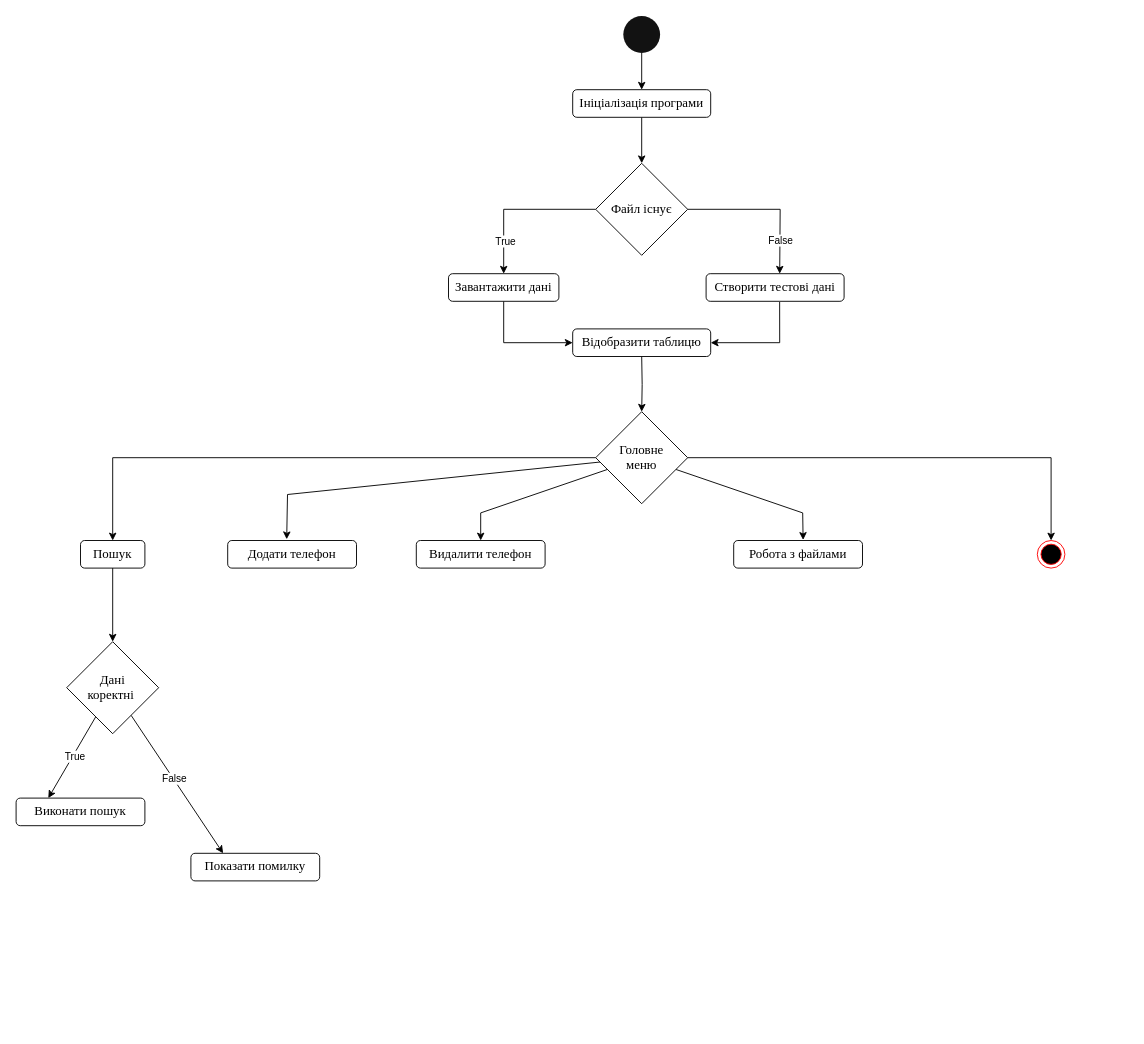
Before: page "activity-diagram" (2 of 2) of usage-chart.drawio in HikiIN/mobile-inventory, a draw.io diagram. Source tidied: cells renumbered, new cells numbered last; positions are measured from the earlier drawing's top-left corner, leaving out a move shared by most shapes. Both pictures are drawn from the tidied source at 92%, with x=0, y=0 at pixel (16, 16).
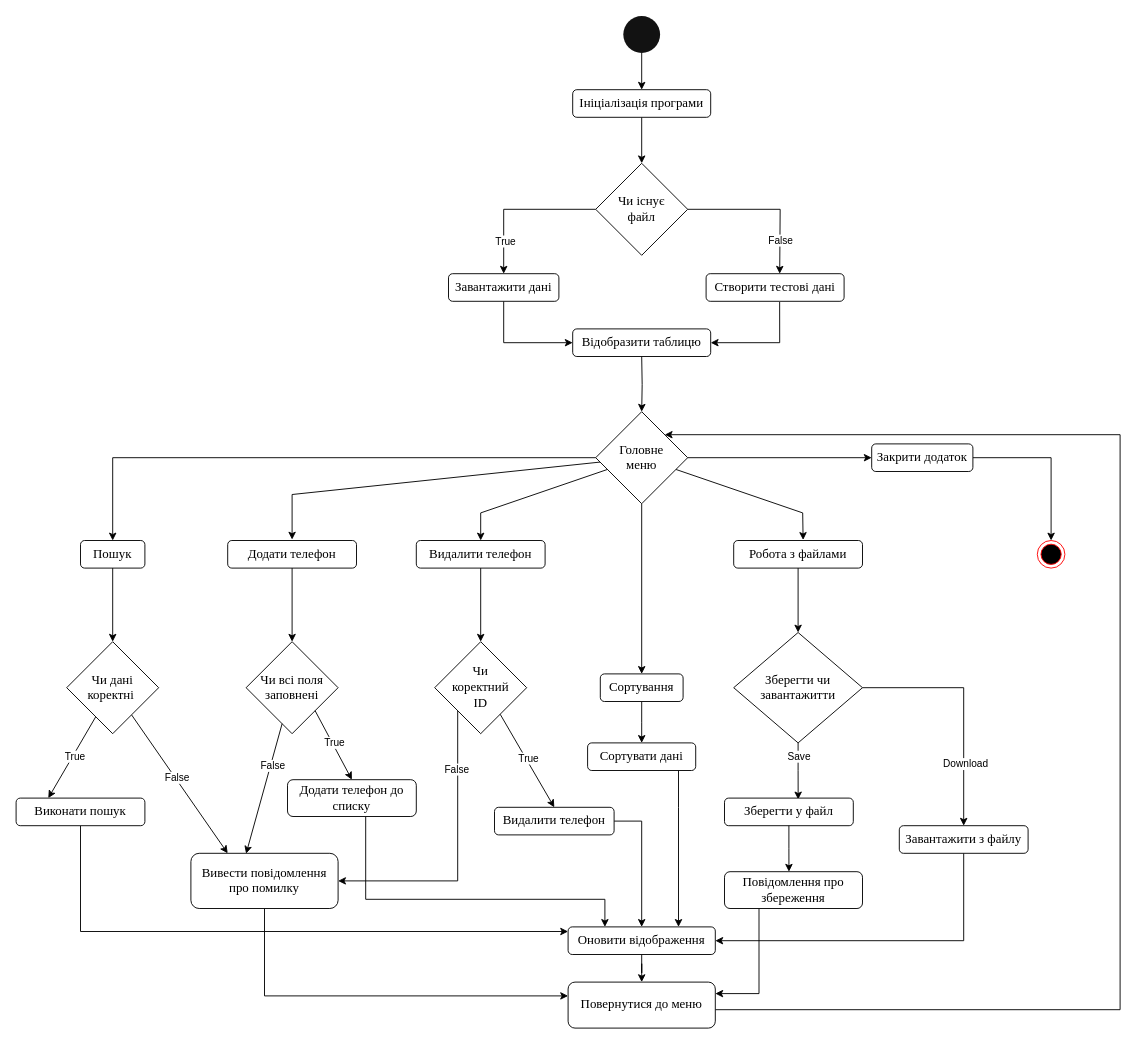
Above is the later version.

The change refers to these unchanged cells:
```xml
<mxCell id="17" value="&lt;font face=&quot;Times New Roman&quot; style=&quot;font-size: 14px;&quot;&gt;Головне&lt;/font&gt;&lt;div&gt;&lt;font face=&quot;Times New Roman&quot; style=&quot;font-size: 14px;&quot;&gt;меню&lt;/font&gt;&lt;/div&gt;" style="rhombus;whiteSpace=wrap;html=1;" parent="1" vertex="1">
  <mxGeometry x="630" y="430" width="100" height="100" as="geometry" />
</mxCell>
<mxCell id="18" style="ellipse;html=1;shape=endState;fillColor=#000000;strokeColor=light-dark(#FF0000,#FFF7F7);" parent="1" vertex="1">
  <mxGeometry x="1110" y="570" width="30" height="30" as="geometry" />
</mxCell>
<mxCell id="29" value="&lt;span style=&quot;font-family: &amp;quot;Times New Roman&amp;quot;; font-size: 14px;&quot;&gt;Видалити телефон&lt;/span&gt;" style="rounded=1;whiteSpace=wrap;html=1;" parent="1" vertex="1">
  <mxGeometry x="435" y="570" width="140" height="30" as="geometry" />
</mxCell>
<mxCell id="30" value="&lt;span style=&quot;font-family: &amp;quot;Times New Roman&amp;quot;; font-size: 14px;&quot;&gt;Робота з файлами&lt;/span&gt;" style="rounded=1;whiteSpace=wrap;html=1;" parent="1" vertex="1">
  <mxGeometry x="780" y="570" width="140" height="30" as="geometry" />
</mxCell>
<mxCell id="31" value="&lt;span style=&quot;font-family: &amp;quot;Times New Roman&amp;quot;; font-size: 14px;&quot;&gt;Додати телефон&lt;/span&gt;" style="rounded=1;whiteSpace=wrap;html=1;" parent="1" vertex="1">
  <mxGeometry x="230" y="570" width="140" height="30" as="geometry" />
</mxCell>
<mxCell id="34" value="&lt;span style=&quot;font-family: &amp;quot;Times New Roman&amp;quot;; font-size: 14px;&quot;&gt;Виконати пошук&lt;/span&gt;" style="rounded=1;whiteSpace=wrap;html=1;" parent="1" vertex="1">
  <mxGeometry y="850" width="140" height="30" as="geometry" />
</mxCell>
```

Diff of the diagram source:
```diff
@@
-    <mxCell id="8" value="&lt;font face=&quot;Times New Roman&quot; style=&quot;font-size: 14px;&quot;&gt;Файл існує&lt;/font&gt;" style="rhombus;whiteSpace=wrap;html=1;" parent="1" vertex="1">
+    <mxCell id="8" value="&lt;font face=&quot;Times New Roman&quot; style=&quot;font-size: 14px;&quot;&gt;Чи&amp;nbsp;&lt;/font&gt;&lt;span style=&quot;font-family: &amp;quot;Times New Roman&amp;quot;; font-size: 14px;&quot;&gt;існує&lt;/span&gt;&lt;div&gt;&lt;font face=&quot;Times New Roman&quot; style=&quot;font-size: 14px;&quot;&gt;файл&lt;/font&gt;&lt;/div&gt;" style="rhombus;whiteSpace=wrap;html=1;" parent="1" vertex="1">
       <mxGeometry x="630" y="160" width="100" height="100" as="geometry" />
     </mxCell>
@@
-    <mxCell id="13" style="rounded=0;jettySize=auto;html=1;entryX=0.458;entryY=-0.044;entryDx=0;entryDy=0;entryPerimeter=0;" parent="1" edge="1" source="17" target="31">
+    <mxCell id="13" style="rounded=0;jettySize=auto;html=1;" parent="1" edge="1" source="17">
       <mxGeometry relative="1" as="geometry">
+        <mxPoint x="300" y="569" as="targetPoint" />
         <Array as="points">
-          <mxPoint x="295" y="520" />
+          <mxPoint x="300" y="520" />
         </Array>
       </mxGeometry>
     </mxCell>
@@
-    <mxCell id="16" style="edgeStyle=orthogonalEdgeStyle;rounded=0;jettySize=auto;html=1;entryX=0.5;entryY=0;entryDx=0;entryDy=0;" parent="1" edge="1" source="17" target="18">
-      <mxGeometry relative="1" as="geometry" />
-    </mxCell>
+    <mxCell id="36" style="edgeStyle=orthogonalEdgeStyle;rounded=0;jettySize=auto;html=1;entryX=0;entryY=0.5;entryDx=0;entryDy=0;" parent="1" edge="1" source="17" target="44">
+      <mxGeometry relative="1" as="geometry" />
+    </mxCell>
+    <mxCell id="37" style="edgeStyle=orthogonalEdgeStyle;rounded=0;jettySize=auto;html=1;entryX=0.5;entryY=0;entryDx=0;entryDy=0;" parent="1" edge="1" source="17" target="64">
+      <mxGeometry relative="1" as="geometry" />
+    </mxCell>
@@
-    <mxCell id="23" value="&lt;font face=&quot;Times New Roman&quot;&gt;&lt;span style=&quot;font-size: 14px;&quot;&gt;Дані&lt;/span&gt;&lt;/font&gt;&lt;div&gt;&lt;font face=&quot;Times New Roman&quot;&gt;&lt;span style=&quot;font-size: 14px;&quot;&gt;коректні&amp;nbsp;&lt;/span&gt;&lt;/font&gt;&lt;/div&gt;" style="rhombus;whiteSpace=wrap;html=1;" parent="1" vertex="1">
+    <mxCell id="23" value="&lt;font face=&quot;Times New Roman&quot;&gt;&lt;span style=&quot;font-size: 14px;&quot;&gt;Чи дані&lt;/span&gt;&lt;/font&gt;&lt;div&gt;&lt;font face=&quot;Times New Roman&quot;&gt;&lt;span style=&quot;font-size: 14px;&quot;&gt;коректні&amp;nbsp;&lt;/span&gt;&lt;/font&gt;&lt;/div&gt;" style="rhombus;whiteSpace=wrap;html=1;" parent="1" vertex="1">
       <mxGeometry x="55" y="680" width="100" height="100" as="geometry" />
     </mxCell>
@@
+    <mxCell id="38" style="edgeStyle=orthogonalEdgeStyle;rounded=0;jettySize=auto;html=1;entryX=0.5;entryY=0;entryDx=0;entryDy=0;" parent="1" edge="1" source="29" target="54">
+      <mxGeometry relative="1" as="geometry" />
+    </mxCell>
@@
+    <mxCell id="39" style="edgeStyle=orthogonalEdgeStyle;rounded=0;jettySize=auto;html=1;entryX=0.5;entryY=0;entryDx=0;entryDy=0;" parent="1" edge="1" source="30" target="71">
+      <mxGeometry relative="1" as="geometry" />
+    </mxCell>
@@
+    <mxCell id="40" style="edgeStyle=orthogonalEdgeStyle;rounded=0;jettySize=auto;html=1;entryX=0.5;entryY=0;entryDx=0;entryDy=0;" parent="1" edge="1" source="31" target="45">
+      <mxGeometry relative="1" as="geometry" />
+    </mxCell>
@@
+    <mxCell id="41" style="edgeStyle=orthogonalEdgeStyle;rounded=0;jettySize=auto;html=1;" parent="1" edge="1" source="34" target="60">
+      <mxGeometry relative="1" as="geometry">
+        <Array as="points">
+          <mxPoint x="70" y="995" />
+        </Array>
+      </mxGeometry>
+    </mxCell>
@@
+    <mxCell id="42" style="edgeStyle=orthogonalEdgeStyle;rounded=0;jettySize=auto;html=1;" parent="1" edge="1" source="35" target="62">
+      <mxGeometry relative="1" as="geometry">
+        <Array as="points">
+          <mxPoint x="270" y="1065" />
+        </Array>
+      </mxGeometry>
+    </mxCell>
-    <mxCell id="35" value="&lt;span style=&quot;font-family: &amp;quot;Times New Roman&amp;quot;; font-size: 14px;&quot;&gt;Показати помилку&lt;/span&gt;" style="rounded=1;whiteSpace=wrap;html=1;" parent="1" vertex="1">
-      <mxGeometry x="190" y="910" width="140" height="30" as="geometry" />
+    <mxCell id="35" value="&lt;span style=&quot;font-family: &amp;quot;Times New Roman&amp;quot;; font-size: 14px;&quot;&gt;Вивести повідомлення про помилку&lt;/span&gt;" style="rounded=1;whiteSpace=wrap;html=1;" parent="1" vertex="1">
+      <mxGeometry x="190" y="910" width="160" height="60" as="geometry" />
     </mxCell>
+    <mxCell id="43" style="edgeStyle=orthogonalEdgeStyle;rounded=0;jettySize=auto;html=1;entryX=0.5;entryY=0;entryDx=0;entryDy=0;" parent="1" edge="1" source="44" target="18">
+      <mxGeometry relative="1" as="geometry" />
+    </mxCell>
+    <mxCell id="44" value="&lt;span style=&quot;font-family: &amp;quot;Times New Roman&amp;quot;; font-size: 14px;&quot;&gt;Закрити додаток&lt;/span&gt;" style="rounded=1;whiteSpace=wrap;html=1;" parent="1" vertex="1">
+      <mxGeometry x="930" y="465" width="110" height="30" as="geometry" />
+    </mxCell>
+    <mxCell id="45" value="&lt;font face=&quot;Times New Roman&quot;&gt;&lt;span style=&quot;font-size: 14px;&quot;&gt;Чи всі поля заповнені&lt;/span&gt;&lt;/font&gt;" style="rhombus;whiteSpace=wrap;html=1;" parent="1" vertex="1">
+      <mxGeometry x="250" y="680" width="100" height="100" as="geometry" />
+    </mxCell>
+    <mxCell id="46" style="rounded=0;jettySize=auto;html=1;entryX=0.375;entryY=0.007;entryDx=0;entryDy=0;entryPerimeter=0;" parent="1" edge="1" source="45" target="35">
+      <mxGeometry relative="1" as="geometry" />
+    </mxCell>
+    <mxCell id="47" value="False" style="edgeLabel;html=1;align=center;verticalAlign=middle;" parent="46" vertex="1">
+      <mxGeometry x="-0.36" y="1" relative="1" as="geometry">
+        <mxPoint x="1" as="offset" />
+      </mxGeometry>
+    </mxCell>
+    <mxCell id="48" style="edgeStyle=orthogonalEdgeStyle;rounded=0;jettySize=auto;html=1;entryX=0.25;entryY=0;entryDx=0;entryDy=0;" parent="1" edge="1" source="49" target="60">
+      <mxGeometry relative="1" as="geometry">
+        <Array as="points">
+          <mxPoint x="380" y="960" />
+          <mxPoint x="640" y="960" />
+        </Array>
+      </mxGeometry>
+    </mxCell>
+    <mxCell id="49" value="&lt;span style=&quot;font-family: &amp;quot;Times New Roman&amp;quot;; font-size: 14px;&quot;&gt;Додати телефон до списку&lt;/span&gt;" style="rounded=1;whiteSpace=wrap;html=1;" parent="1" vertex="1">
+      <mxGeometry x="295" y="830" width="140" height="40" as="geometry" />
+    </mxCell>
+    <mxCell id="50" style="rounded=0;jettySize=auto;html=1;entryX=0.5;entryY=0;entryDx=0;entryDy=0;exitX=1;exitY=1;exitDx=0;exitDy=0;" parent="1" edge="1" source="45" target="49">
+      <mxGeometry relative="1" as="geometry" />
+    </mxCell>
+    <mxCell id="51" value="True" style="edgeLabel;html=1;align=center;verticalAlign=middle;" parent="50" vertex="1">
+      <mxGeometry x="-0.05" y="2" relative="1" as="geometry" />
+    </mxCell>
+    <mxCell id="52" style="edgeStyle=orthogonalEdgeStyle;rounded=0;jettySize=auto;html=1;entryX=1;entryY=0.5;entryDx=0;entryDy=0;" parent="1" edge="1" source="54" target="35">
+      <mxGeometry relative="1" as="geometry">
+        <Array as="points">
+          <mxPoint x="480" y="940" />
+        </Array>
+      </mxGeometry>
+    </mxCell>
+    <mxCell id="53" value="False" style="edgeLabel;html=1;align=center;verticalAlign=middle;" parent="52" vertex="1">
+      <mxGeometry x="-0.6" y="-2" relative="1" as="geometry" />
+    </mxCell>
+    <mxCell id="54" value="&lt;font face=&quot;Times New Roman&quot;&gt;&lt;span style=&quot;font-size: 14px;&quot;&gt;Чи&lt;/span&gt;&lt;/font&gt;&lt;div&gt;&lt;font face=&quot;Times New Roman&quot;&gt;&lt;span style=&quot;font-size: 14px;&quot;&gt;коректний&lt;/span&gt;&lt;/font&gt;&lt;div&gt;&lt;font face=&quot;Times New Roman&quot;&gt;&lt;span style=&quot;font-size: 14px;&quot;&gt;ID&lt;/span&gt;&lt;/font&gt;&lt;/div&gt;&lt;/div&gt;" style="rhombus;whiteSpace=wrap;html=1;" parent="1" vertex="1">
+      <mxGeometry x="455" y="680" width="100" height="100" as="geometry" />
+    </mxCell>
+    <mxCell id="55" style="rounded=0;jettySize=auto;html=1;exitX=1;exitY=0.5;exitDx=0;exitDy=0;edgeStyle=orthogonalEdgeStyle;" parent="1" edge="1" source="56" target="60">
+      <mxGeometry relative="1" as="geometry" />
+    </mxCell>
+    <mxCell id="56" value="&lt;span style=&quot;font-family: &amp;quot;Times New Roman&amp;quot;; font-size: 14px;&quot;&gt;Видалити телефон&lt;/span&gt;" style="rounded=1;whiteSpace=wrap;html=1;" parent="1" vertex="1">
+      <mxGeometry x="520" y="860" width="130" height="30" as="geometry" />
+    </mxCell>
+    <mxCell id="57" style="rounded=0;jettySize=auto;html=1;entryX=0.5;entryY=0;entryDx=0;entryDy=0;exitX=0.712;exitY=0.789;exitDx=0;exitDy=0;exitPerimeter=0;" parent="1" edge="1" source="54" target="56">
+      <mxGeometry relative="1" as="geometry" />
+    </mxCell>
+    <mxCell id="58" value="True" style="edgeLabel;html=1;align=center;verticalAlign=middle;" parent="57" vertex="1">
+      <mxGeometry x="-0.05" y="2" relative="1" as="geometry" />
+    </mxCell>
+    <mxCell id="59" style="edgeStyle=orthogonalEdgeStyle;rounded=0;jettySize=auto;html=1;entryX=0.5;entryY=0;entryDx=0;entryDy=0;" parent="1" edge="1" source="60" target="62">
+      <mxGeometry relative="1" as="geometry" />
+    </mxCell>
+    <mxCell id="60" value="&lt;span style=&quot;font-family: &amp;quot;Times New Roman&amp;quot;; font-size: 14px;&quot;&gt;Оновити відображення&lt;/span&gt;" style="rounded=1;whiteSpace=wrap;html=1;" parent="1" vertex="1">
+      <mxGeometry x="600" y="990" width="160" height="30" as="geometry" />
+    </mxCell>
+    <mxCell id="61" style="edgeStyle=orthogonalEdgeStyle;rounded=0;jettySize=auto;html=1;" parent="1" edge="1" source="62" target="17">
+      <mxGeometry relative="1" as="geometry">
+        <Array as="points">
+          <mxPoint x="1200" y="1080" />
+          <mxPoint x="1200" y="455" />
+        </Array>
+      </mxGeometry>
+    </mxCell>
+    <mxCell id="62" value="&lt;span style=&quot;font-family: &amp;quot;Times New Roman&amp;quot;; font-size: 14px;&quot;&gt;Повернутися до меню&lt;/span&gt;" style="rounded=1;whiteSpace=wrap;html=1;" parent="1" vertex="1">
+      <mxGeometry x="600" y="1050" width="160" height="50" as="geometry" />
+    </mxCell>
+    <mxCell id="63" style="edgeStyle=orthogonalEdgeStyle;rounded=0;jettySize=auto;html=1;" parent="1" edge="1" source="64" target="66">
+      <mxGeometry relative="1" as="geometry" />
+    </mxCell>
+    <mxCell id="64" value="&lt;span style=&quot;font-family: &amp;quot;Times New Roman&amp;quot;; font-size: 14px;&quot;&gt;Сортування&lt;/span&gt;" style="rounded=1;whiteSpace=wrap;html=1;" parent="1" vertex="1">
+      <mxGeometry x="635" y="715" width="90" height="30" as="geometry" />
+    </mxCell>
+    <mxCell id="65" style="edgeStyle=orthogonalEdgeStyle;rounded=0;jettySize=auto;html=1;entryX=0.75;entryY=0;entryDx=0;entryDy=0;" parent="1" edge="1" source="66" target="60">
+      <mxGeometry relative="1" as="geometry">
+        <Array as="points">
+          <mxPoint x="720" y="860" />
+          <mxPoint x="720" y="860" />
+        </Array>
+      </mxGeometry>
+    </mxCell>
+    <mxCell id="66" value="&lt;span style=&quot;font-family: &amp;quot;Times New Roman&amp;quot;; font-size: 14px;&quot;&gt;Сортувати дані&lt;/span&gt;" style="rounded=1;whiteSpace=wrap;html=1;" parent="1" vertex="1">
+      <mxGeometry x="621.2" y="790" width="117.5" height="30" as="geometry" />
+    </mxCell>
+    <mxCell id="67" style="edgeStyle=orthogonalEdgeStyle;rounded=0;jettySize=auto;html=1;entryX=0.572;entryY=0.048;entryDx=0;entryDy=0;entryPerimeter=0;" parent="1" edge="1" source="71" target="72">
+      <mxGeometry relative="1" as="geometry" />
+    </mxCell>
+    <mxCell id="68" value="Save" style="edgeLabel;html=1;align=center;verticalAlign=middle;" parent="67" vertex="1">
+      <mxGeometry x="-0.56" relative="1" as="geometry" />
+    </mxCell>
+    <mxCell id="69" style="edgeStyle=orthogonalEdgeStyle;rounded=0;jettySize=auto;html=1;entryX=0.5;entryY=0;entryDx=0;entryDy=0;" parent="1" edge="1" source="71" target="74">
+      <mxGeometry relative="1" as="geometry" />
+    </mxCell>
+    <mxCell id="70" value="Download" style="edgeLabel;html=1;align=center;verticalAlign=middle;" parent="69" vertex="1">
+      <mxGeometry x="0.48" y="1" relative="1" as="geometry" />
+    </mxCell>
+    <mxCell id="71" value="&lt;font face=&quot;Times New Roman&quot;&gt;&lt;span style=&quot;font-size: 14px;&quot;&gt;Зберегти чи&lt;/span&gt;&lt;/font&gt;&lt;div&gt;&lt;font face=&quot;Times New Roman&quot;&gt;&lt;span style=&quot;font-size: 14px;&quot;&gt;завантажитти&lt;/span&gt;&lt;/font&gt;&lt;/div&gt;" style="rhombus;whiteSpace=wrap;html=1;" parent="1" vertex="1">
+      <mxGeometry x="780" y="670" width="140" height="120" as="geometry" />
+    </mxCell>
+    <mxCell id="72" value="&lt;span style=&quot;font-family: &amp;quot;Times New Roman&amp;quot;; font-size: 14px;&quot;&gt;Зберегти у файл&lt;/span&gt;" style="rounded=1;whiteSpace=wrap;html=1;" parent="1" vertex="1">
+      <mxGeometry x="770" y="850" width="140" height="30" as="geometry" />
+    </mxCell>
+    <mxCell id="73" style="edgeStyle=orthogonalEdgeStyle;rounded=0;jettySize=auto;html=1;entryX=1;entryY=0.5;entryDx=0;entryDy=0;" parent="1" edge="1" source="74" target="60">
+      <mxGeometry relative="1" as="geometry">
+        <Array as="points">
+          <mxPoint x="1030" y="1005" />
+        </Array>
+      </mxGeometry>
+    </mxCell>
+    <mxCell id="74" value="&lt;font face=&quot;Times New Roman&quot;&gt;&lt;span style=&quot;font-size: 14px;&quot;&gt;Завантажити з файлу&lt;/span&gt;&lt;/font&gt;" style="rounded=1;whiteSpace=wrap;html=1;" parent="1" vertex="1">
+      <mxGeometry x="960" y="880" width="140" height="30" as="geometry" />
+    </mxCell>
+    <mxCell id="75" style="edgeStyle=orthogonalEdgeStyle;rounded=0;jettySize=auto;html=1;entryX=1;entryY=0.25;entryDx=0;entryDy=0;exitX=0.25;exitY=1;exitDx=0;exitDy=0;" parent="1" edge="1" source="76" target="62">
+      <mxGeometry relative="1" as="geometry" />
+    </mxCell>
+    <mxCell id="76" value="&lt;span style=&quot;font-family: &amp;quot;Times New Roman&amp;quot;; font-size: 14px;&quot;&gt;Повідомлення про збереження&lt;/span&gt;" style="rounded=1;whiteSpace=wrap;html=1;" parent="1" vertex="1">
+      <mxGeometry x="770" y="930" width="150" height="40" as="geometry" />
+    </mxCell>
+    <mxCell id="77" style="edgeStyle=orthogonalEdgeStyle;rounded=0;jettySize=auto;html=1;entryX=0.467;entryY=0;entryDx=0;entryDy=0;entryPerimeter=0;" parent="1" edge="1" source="72" target="76">
+      <mxGeometry relative="1" as="geometry" />
+    </mxCell>
```
